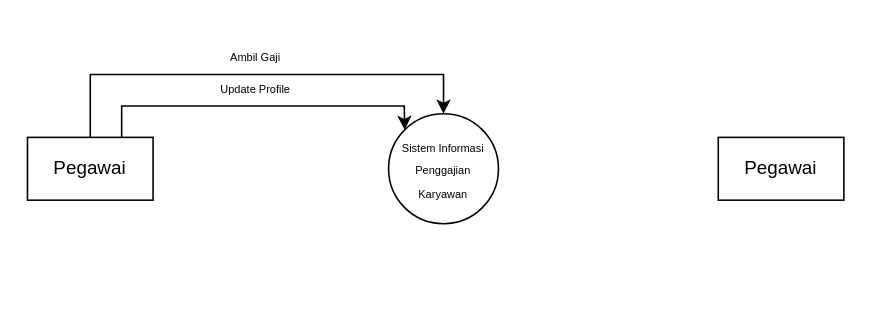
Above: Untitled Diagram.drawio in umarshd/dfd-skripsi (draw.io), before the change. Source tidied: cells renumbered, new cells numbered last; positions are measured from the earlier drawing's top-left corner, leaving out a move shared by most shapes. Both pictures are drawn from the tidied source at 157%, with x=0, y=0 at pixel (27, 42).
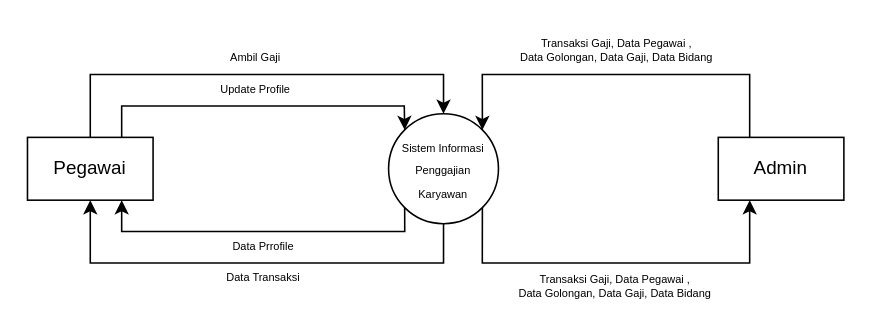
Above is the later version.

The change refers to these unchanged cells:
```xml
<mxCell id="3" value="Pegawai" style="rounded=0;whiteSpace=wrap;html=1;" parent="1" vertex="1">
  <mxGeometry y="60" width="80" height="40" as="geometry" />
</mxCell>
<mxCell id="4" value="&lt;font style=&quot;font-size: 7px;&quot;&gt;Sistem Informasi Penggajian Karyawan&lt;/font&gt;" style="ellipse;whiteSpace=wrap;html=1;" parent="1" vertex="1">
  <mxGeometry x="230" y="45" width="70" height="70" as="geometry" />
</mxCell>
```

Diff of the diagram source:
```diff
@@
+    <mxCell id="9" style="edgeStyle=orthogonalEdgeStyle;rounded=0;jettySize=auto;html=1;exitX=0;exitY=1;exitDx=0;exitDy=0;entryX=0.75;entryY=1;entryDx=0;entryDy=0;fontSize=7;" parent="1" edge="1" source="4" target="3">
+      <mxGeometry relative="1" as="geometry">
+        <Array as="points">
+          <mxPoint x="240" y="120" />
+          <mxPoint x="60" y="120" />
+        </Array>
+      </mxGeometry>
+    </mxCell>
+    <mxCell id="10" style="edgeStyle=orthogonalEdgeStyle;rounded=0;jettySize=auto;html=1;exitX=0.5;exitY=1;exitDx=0;exitDy=0;entryX=0.5;entryY=1;entryDx=0;entryDy=0;fontSize=7;" parent="1" edge="1" source="4" target="3">
+      <mxGeometry relative="1" as="geometry">
+        <Array as="points">
+          <mxPoint x="265" y="140" />
+          <mxPoint x="40" y="140" />
+        </Array>
+      </mxGeometry>
+    </mxCell>
+    <mxCell id="11" style="edgeStyle=orthogonalEdgeStyle;rounded=0;jettySize=auto;html=1;exitX=1;exitY=1;exitDx=0;exitDy=0;entryX=0.25;entryY=1;entryDx=0;entryDy=0;fontSize=7;" parent="1" edge="1" source="4" target="6">
+      <mxGeometry relative="1" as="geometry">
+        <Array as="points">
+          <mxPoint x="290" y="140" />
+          <mxPoint x="460" y="140" />
+        </Array>
+      </mxGeometry>
+    </mxCell>
@@
+    <mxCell id="12" style="edgeStyle=orthogonalEdgeStyle;rounded=0;jettySize=auto;html=1;exitX=0.25;exitY=0;exitDx=0;exitDy=0;entryX=1;entryY=0;entryDx=0;entryDy=0;fontSize=7;" parent="1" edge="1" source="6" target="4">
+      <mxGeometry relative="1" as="geometry">
+        <Array as="points">
+          <mxPoint x="460" y="20" />
+          <mxPoint x="290" y="20" />
+        </Array>
+      </mxGeometry>
+    </mxCell>
-    <mxCell id="6" value="Pegawai" style="rounded=0;whiteSpace=wrap;html=1;" parent="1" vertex="1">
+    <mxCell id="6" value="Admin" style="rounded=0;whiteSpace=wrap;html=1;" parent="1" vertex="1">
       <mxGeometry x="440" y="60" width="80" height="40" as="geometry" />
     </mxCell>
@@
+    <mxCell id="13" value="Data Prrofile" style="text;html=1;align=center;verticalAlign=middle;strokeColor=none;fillColor=none;fontSize=7;" parent="1" vertex="1">
+      <mxGeometry x="120" y="120" width="60" height="20" as="geometry" />
+    </mxCell>
+    <mxCell id="14" value="Data Transaksi" style="text;html=1;align=center;verticalAlign=middle;strokeColor=none;fillColor=none;fontSize=7;" parent="1" vertex="1">
+      <mxGeometry x="115" y="140" width="70" height="20" as="geometry" />
+    </mxCell>
+    <mxCell id="15" value="Transaksi Gaji, Data Pegawai , &lt;br&gt;Data Golongan, Data Gaji, Data Bidang" style="text;html=1;align=center;verticalAlign=middle;strokeColor=none;fillColor=none;fontSize=7;" parent="1" vertex="1">
+      <mxGeometry x="300" y="-10" width="150" height="30" as="geometry" />
+    </mxCell>
+    <mxCell id="16" value="Transaksi Gaji, Data Pegawai , &lt;br&gt;Data Golongan, Data Gaji, Data Bidang" style="text;html=1;align=center;verticalAlign=middle;strokeColor=none;fillColor=none;fontSize=7;" parent="1" vertex="1">
+      <mxGeometry x="299" y="140" width="150" height="30" as="geometry" />
+    </mxCell>
```
